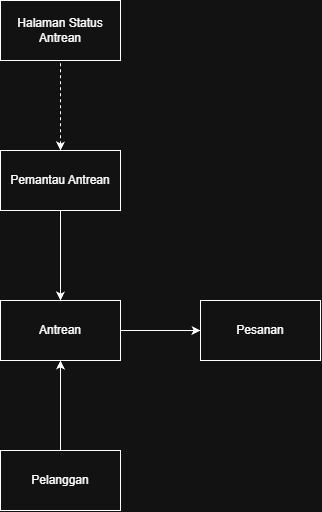
hehey304/IF2150-RPL-K01-G10 keeps this draw.io diagram as docs/M4/assets/diagram/Diagram Kelas Use Case UC03.png. Above is the earlier version. Source tidied: cells renumbered, new cells last; positions are measured from the earlier drawing's top-left corner, leaving out a move shared by most shapes.
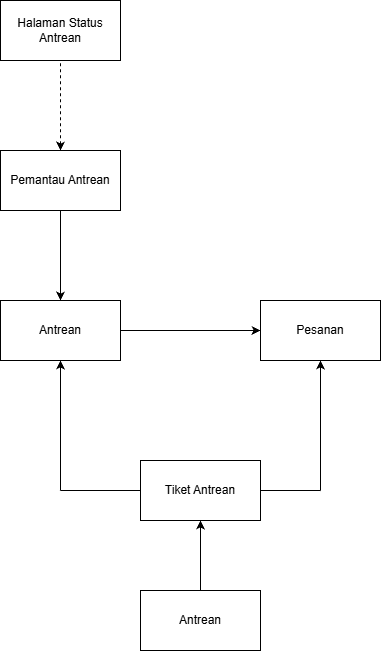
The same diagram one commit later.

Commit message:
feat: Memperbaiki diagram

The edit, as a diff of the source:
```diff
@@ -1,11 +1,9 @@
-<mxGraphModel>
+<mxGraphModel background="light-dark(#FFFFFF,#FFFFFF)">
   <root>
     <mxCell id="0" />
     <mxCell id="1" parent="0" />
-    <mxCell id="2" style="endArrow=none;dashed=1;html=1;rounded=0;entryX=0.5;entryY=1;entryDx=0;entryDy=0;startArrow=classic;startFill=1;" parent="1" edge="1" target="3">
-      <mxGeometry relative="1" as="geometry">
-        <mxPoint x="60" y="150" as="sourcePoint" />
-      </mxGeometry>
+    <mxCell id="2" style="endArrow=none;dashed=1;html=1;rounded=0;entryX=0.5;entryY=1;entryDx=0;entryDy=0;startArrow=classic;startFill=1;exitX=0.5;exitY=0;exitDx=0;exitDy=0;" parent="1" edge="1" source="4" target="3">
+      <mxGeometry relative="1" as="geometry" />
     </mxCell>
     <mxCell id="3" value="Halaman Status Antrean" style="rounded=0;whiteSpace=wrap;html=1;" parent="1" vertex="1">
       <mxGeometry width="120" height="60" as="geometry" />
@@ -20,16 +18,39 @@
       <mxGeometry y="300" width="120" height="60" as="geometry" />
     </mxCell>
     <mxCell id="7" value="Pesanan" style="rounded=0;whiteSpace=wrap;html=1;" parent="1" vertex="1">
-      <mxGeometry x="200" y="300" width="120" height="60" as="geometry" />
+      <mxGeometry x="260" y="300" width="120" height="60" as="geometry" />
     </mxCell>
     <mxCell id="8" style="endArrow=classic;html=1;rounded=0;exitX=1;exitY=0.5;exitDx=0;exitDy=0;entryX=0;entryY=0.5;entryDx=0;entryDy=0;" parent="1" edge="1" source="6" target="7">
       <mxGeometry relative="1" as="geometry" />
     </mxCell>
-    <mxCell id="9" value="Pelanggan" style="rounded=0;whiteSpace=wrap;html=1;" parent="1" vertex="1">
-      <mxGeometry y="450" width="120" height="60" as="geometry" />
+    <mxCell id="9" value="Tiket Antrean" style="rounded=0;whiteSpace=wrap;html=1;" parent="1" vertex="1">
+      <mxGeometry x="140" y="460" width="120" height="60" as="geometry" />
     </mxCell>
-    <mxCell id="10" style="endArrow=classic;html=1;rounded=0;exitX=0.5;exitY=0;exitDx=0;exitDy=0;entryX=0.5;entryY=1;entryDx=0;entryDy=0;" parent="1" edge="1" source="9" target="6">
-      <mxGeometry relative="1" as="geometry" />
+    <mxCell id="10" style="endArrow=classic;html=1;rounded=0;entryX=0.5;entryY=1;entryDx=0;entryDy=0;" parent="1" edge="1" target="6">
+      <mxGeometry relative="1" as="geometry">
+        <mxPoint x="60" y="490" as="sourcePoint" />
+      </mxGeometry>
     </mxCell>
+    <mxCell id="11" style="endArrow=classic;html=1;rounded=0;entryX=0.5;entryY=1;entryDx=0;entryDy=0;" parent="1" edge="1" target="7">
+      <mxGeometry relative="1" as="geometry">
+        <mxPoint x="320" y="490" as="sourcePoint" />
+      </mxGeometry>
+    </mxCell>
+    <mxCell id="12" style="endArrow=none;html=1;rounded=0;entryX=0;entryY=0.5;entryDx=0;entryDy=0;" parent="1" edge="1" target="9">
+      <mxGeometry relative="1" as="geometry">
+        <mxPoint x="60" y="490" as="sourcePoint" />
+      </mxGeometry>
+    </mxCell>
+    <mxCell id="13" style="endArrow=none;html=1;rounded=0;exitX=1;exitY=0.5;exitDx=0;exitDy=0;" parent="1" edge="1" source="9">
+      <mxGeometry relative="1" as="geometry">
+        <mxPoint x="320" y="490" as="targetPoint" />
+      </mxGeometry>
+    </mxCell>
+    <mxCell id="14" value="Antrean" style="rounded=0;whiteSpace=wrap;html=1;" parent="1" vertex="1">
+      <mxGeometry x="140" y="590" width="120" height="60" as="geometry" />
+    </mxCell>
+    <mxCell id="15" style="endArrow=classic;html=1;rounded=0;exitX=0.5;exitY=0;exitDx=0;exitDy=0;entryX=0.5;entryY=1;entryDx=0;entryDy=0;" parent="1" edge="1" source="14" target="9">
+      <mxGeometry relative="1" as="geometry" />
+    </mxCell>
   </root>
 </mxGraphModel>
```
